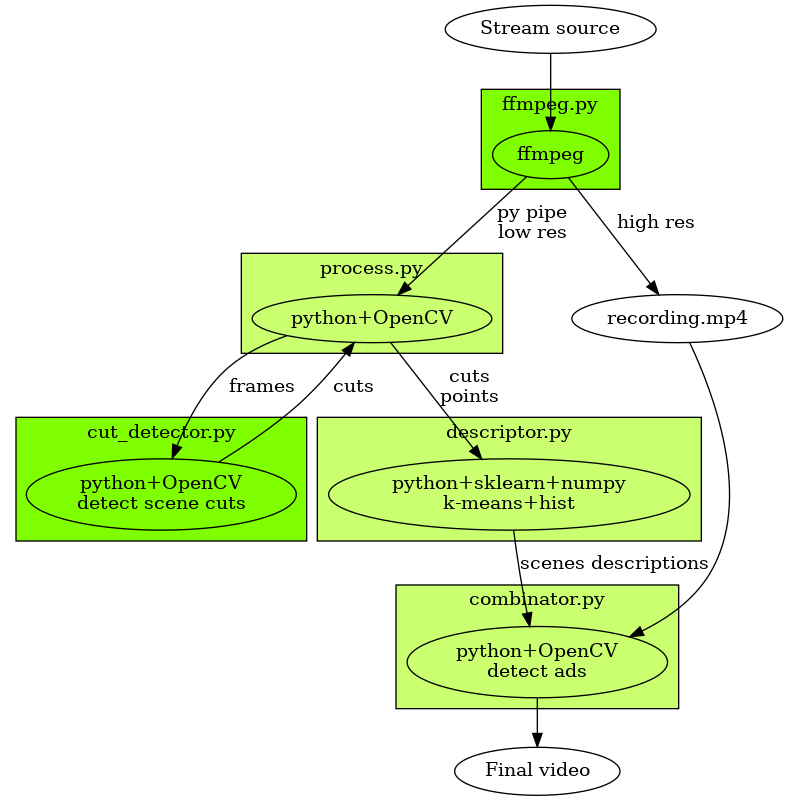
Before: graph.png, a diagram exported from Graphviz (ilyaluk/detect_ads). Its source is kept beside it as graph.gv.
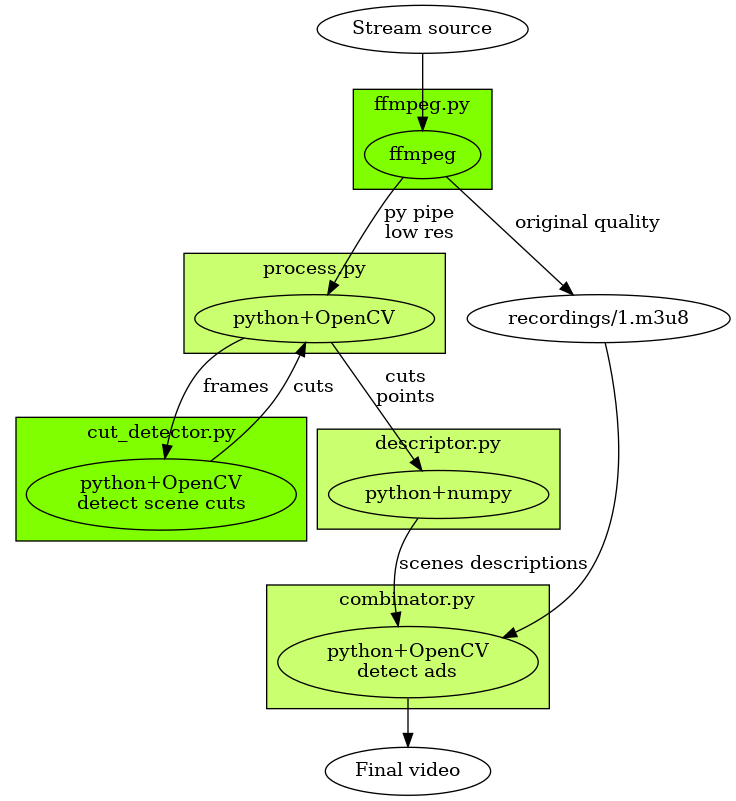
The same diagram one commit later.

What changed in the source:
```diff
@@ -20,7 +20,7 @@
 		bgcolor = "darkolivegreen1";
 	}
 	subgraph cluster_5 {
-		c0[label="python+sklearn+numpy\nk-means+hist"];
+		c0[label="python+numpy"];
 		label = "descriptor.py";
 		bgcolor = "darkolivegreen1";
 	}
@@ -28,13 +28,13 @@
 	ss[label="Stream source"]
 	ss -> a0;
 	a0 -> b0[label="py pipe\nlow res"];
-	a0 -> d3[label="high res"];
+	a0 -> d3[label="original quality"];
 	d3 -> e0;
 	c0 -> e0[label="scenes descriptions"];
 	b0 -> f0[label="frames"];
 	f0 -> b0[label="cuts"];
 	b0 -> c0[label="cuts\npoints"]
-	d3[label="recording.mp4"];
+	d3[label="recordings/1.m3u8"];
 	fv[label="Final video"];
 	e0 -> fv;
 }
```
